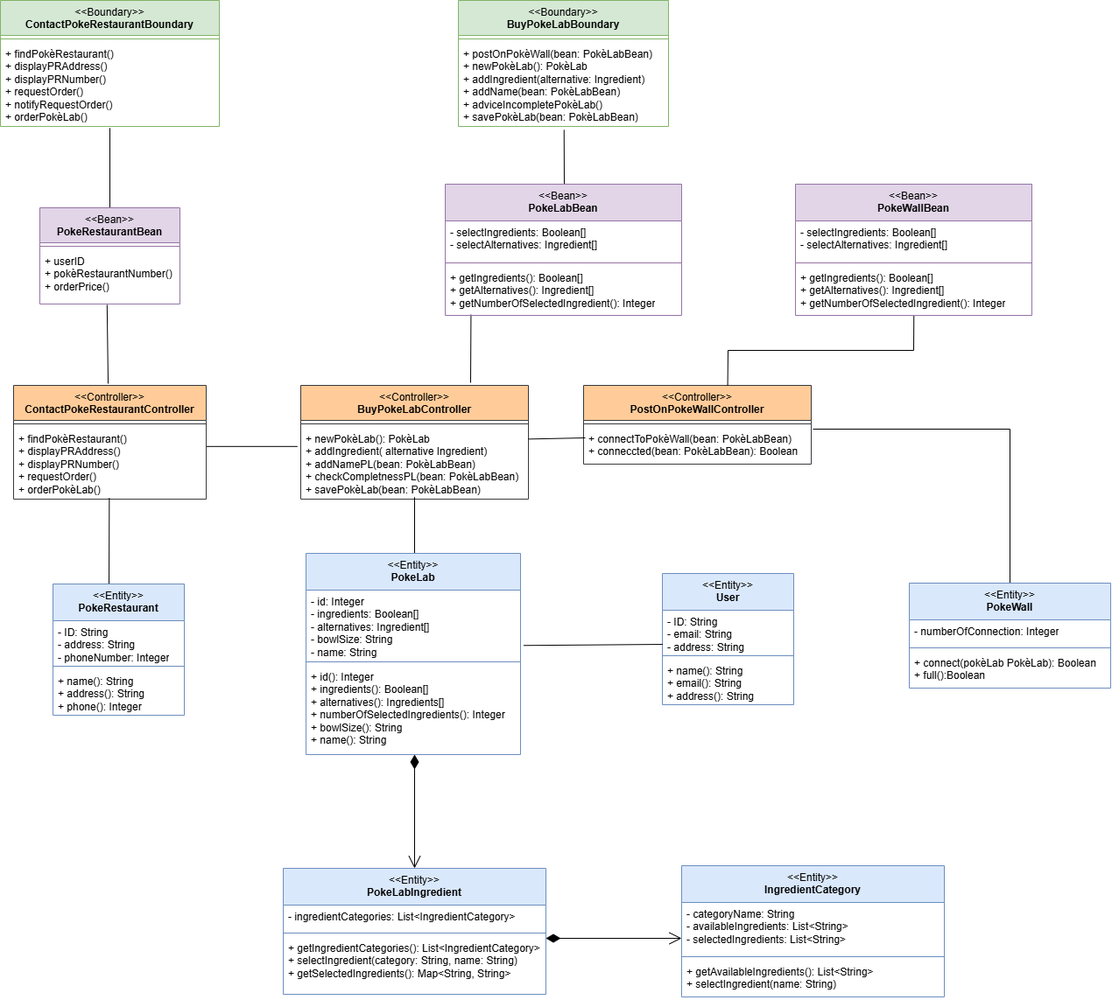
This is diagrams/BCE.drawio.png from matteopinfildi/YourPoke-ISPWProject, a draw.io export, as it was before one commit. Source tidied: cells renumbered, new cells last; positions are measured from the earlier drawing's top-left corner, leaving out a move shared by most shapes.
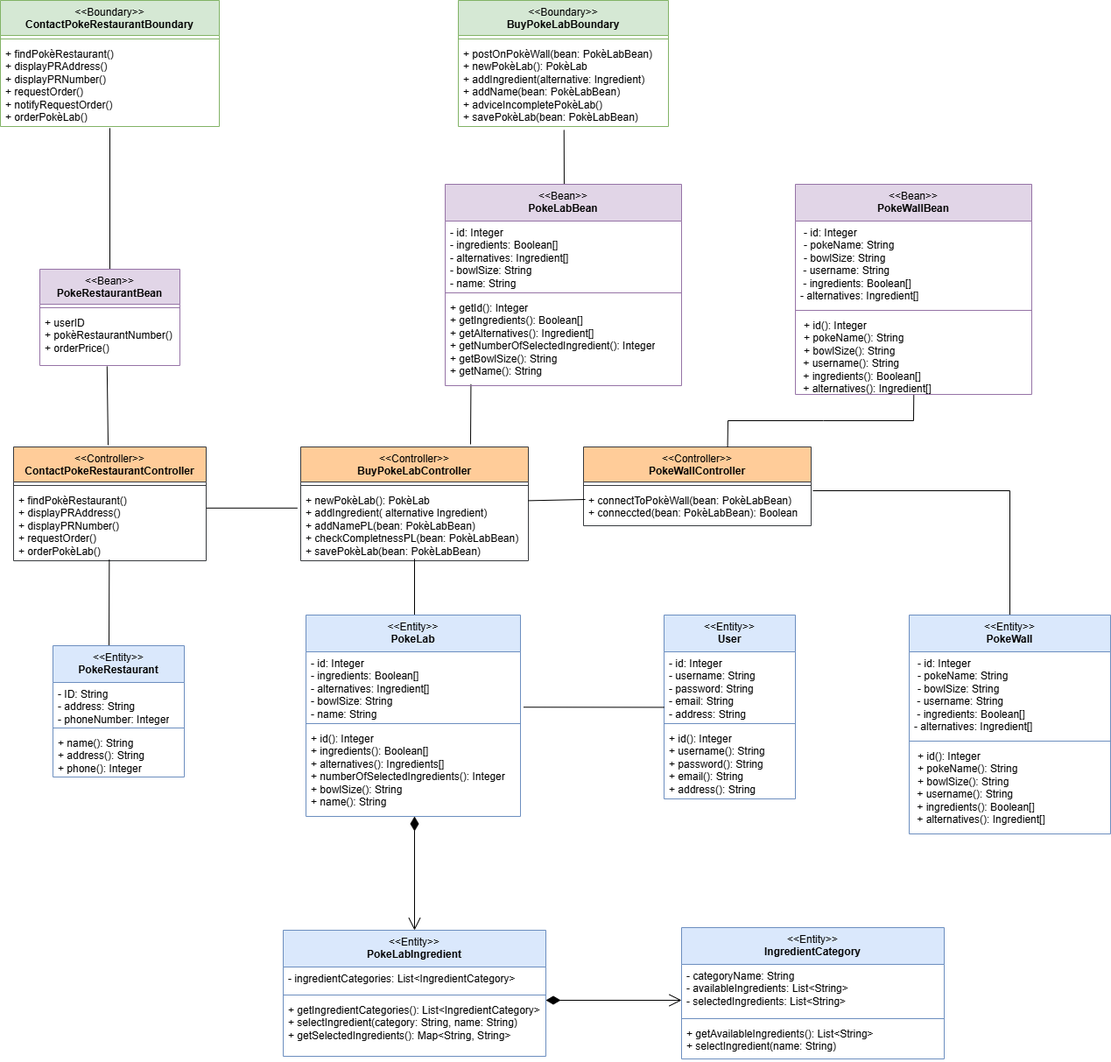
The same file after the commit.

What changed in the source:
```diff
@@ -3,7 +3,7 @@
     <mxCell id="0" />
     <mxCell id="1" parent="0" />
     <mxCell id="2" value="&lt;div&gt;&lt;span style=&quot;font-weight: normal;&quot;&gt;&amp;lt;&amp;lt;Boundary&amp;gt;&amp;gt;&lt;/span&gt;&lt;/div&gt;ContactPokeRestaurantBoundary" style="swimlane;fontStyle=1;align=center;verticalAlign=top;horizontal=1;startSize=40;whiteSpace=wrap;html=1;fillColor=#d5e8d4;strokeColor=#82b366;" parent="1" vertex="1">
-      <mxGeometry width="250" height="144" as="geometry" />
+      <mxGeometry y="-70" width="250" height="144" as="geometry" />
     </mxCell>
     <mxCell id="3" style="line;strokeWidth=1;fillColor=none;align=left;verticalAlign=middle;spacingTop=-1;spacingLeft=3;spacingRight=3;labelPosition=right;strokeColor=inherit;" parent="2" vertex="1">
       <mxGeometry y="40" width="250" height="8" as="geometry" />
@@ -12,7 +12,7 @@
       <mxGeometry y="48" width="250" height="96" as="geometry" />
     </mxCell>
     <mxCell id="5" value="&lt;div&gt;&lt;span style=&quot;font-weight: normal;&quot;&gt;&amp;lt;&amp;lt;Boundary&amp;gt;&amp;gt;&lt;/span&gt;&lt;/div&gt;BuyPokeLabBoundary" style="swimlane;fontStyle=1;align=center;verticalAlign=top;horizontal=1;startSize=40;whiteSpace=wrap;html=1;fillColor=#d5e8d4;strokeColor=#82b366;" parent="1" vertex="1">
-      <mxGeometry x="523" width="240" height="144" as="geometry" />
+      <mxGeometry x="523" y="-70" width="240" height="144" as="geometry" />
     </mxCell>
     <mxCell id="6" style="line;strokeWidth=1;fillColor=none;align=left;verticalAlign=middle;spacingTop=-1;spacingLeft=3;spacingRight=3;labelPosition=right;strokeColor=inherit;" parent="5" vertex="1">
       <mxGeometry y="40" width="240" height="8" as="geometry" />
@@ -25,7 +25,7 @@
     </mxCell>
     <mxCell id="9" style="endArrow=none;html=1;rounded=0;exitX=0.503;exitY=1.042;exitDx=0;exitDy=0;exitPerimeter=0;" parent="1" edge="1" source="7">
       <mxGeometry relative="1" as="geometry">
-        <mxPoint x="644" y="220" as="targetPoint" />
+        <mxPoint x="644" y="160" as="targetPoint" />
       </mxGeometry>
     </mxCell>
     <mxCell id="10" value="&lt;div&gt;&lt;span style=&quot;font-weight: normal;&quot;&gt;&amp;lt;&amp;lt;Bean&amp;gt;&amp;gt;&lt;/span&gt;&lt;/div&gt;PokeRestaurantBean" style="swimlane;fontStyle=1;align=center;verticalAlign=top;horizontal=1;startSize=40;whiteSpace=wrap;html=1;fillColor=#e1d5e7;strokeColor=#9673a6;" parent="1" vertex="1">
@@ -65,7 +65,7 @@
     <mxCell id="20" value="+ newPokèLab(): PokèLab&lt;div&gt;+ addIngredient( alternative Ingredient)&lt;/div&gt;&lt;div&gt;+ addNamePL(bean: PokèLabBean)&lt;/div&gt;&lt;div&gt;+ checkCompletnessPL(&lt;span style=&quot;background-color: transparent; color: light-dark(rgb(0, 0, 0), rgb(255, 255, 255));&quot;&gt;bean: PokèLabBean)&lt;/span&gt;&lt;/div&gt;&lt;div&gt;+ savePokèLab(bean: PokèLabBean)&lt;/div&gt;" style="text;strokeColor=none;fillColor=none;align=left;verticalAlign=top;spacingLeft=4;spacingRight=4;overflow=hidden;points=[[0,0.5],[1,0.5]];portConstraint=eastwest;whiteSpace=wrap;html=1;" parent="18" vertex="1">
       <mxGeometry y="48" width="260" height="82" as="geometry" />
     </mxCell>
-    <mxCell id="21" value="&lt;div&gt;&lt;span style=&quot;font-weight: normal;&quot;&gt;&amp;lt;&amp;lt;Controller&amp;gt;&amp;gt;&lt;/span&gt;&lt;/div&gt;PostOnPokeWallController" style="swimlane;fontStyle=1;align=center;verticalAlign=top;horizontal=1;startSize=40;whiteSpace=wrap;html=1;fillColor=#ffcc99;strokeColor=#36393d;" parent="1" vertex="1">
+    <mxCell id="21" value="&lt;div&gt;&lt;span style=&quot;font-weight: normal;&quot;&gt;&amp;lt;&amp;lt;Controller&amp;gt;&amp;gt;&lt;/span&gt;&lt;/div&gt;PokeWallController" style="swimlane;fontStyle=1;align=center;verticalAlign=top;horizontal=1;startSize=40;whiteSpace=wrap;html=1;fillColor=#ffcc99;strokeColor=#36393d;" parent="1" vertex="1">
       <mxGeometry x="666" y="440" width="260" height="90" as="geometry" />
     </mxCell>
     <mxCell id="22" style="line;strokeWidth=1;fillColor=none;align=left;verticalAlign=middle;spacingTop=-1;spacingLeft=3;spacingRight=3;labelPosition=right;strokeColor=inherit;" parent="21" vertex="1">
@@ -119,43 +119,43 @@
       </mxGeometry>
     </mxCell>
     <mxCell id="34" value="&lt;div&gt;&lt;span style=&quot;font-weight: 400;&quot;&gt;&amp;lt;&amp;lt;Entity&amp;gt;&amp;gt;&lt;/span&gt;&lt;br&gt;&lt;/div&gt;PokeWall" style="swimlane;fontStyle=1;align=center;verticalAlign=top;horizontal=1;startSize=42;whiteSpace=wrap;html=1;fillColor=#dae8fc;strokeColor=#6c8ebf;" parent="1" vertex="1">
-      <mxGeometry x="1038" y="666" width="230" height="120" as="geometry" />
+      <mxGeometry x="1038" y="632" width="230" height="250" as="geometry" />
     </mxCell>
-    <mxCell id="35" value="- numberOfConnection: Integer" style="text;strokeColor=none;fillColor=none;align=left;verticalAlign=top;spacingLeft=4;spacingRight=4;overflow=hidden;whiteSpace=wrap;html=1;" parent="34" vertex="1">
-      <mxGeometry y="42" width="230" height="28" as="geometry" />
+    <mxCell id="35" value="&lt;p style=&quot;margin: 0px 0px 0px 4px;&quot;&gt;- id: Integer&lt;/p&gt;&lt;p style=&quot;margin: 0px 0px 0px 4px;&quot;&gt;- pokeName: String&lt;/p&gt;&lt;p style=&quot;margin: 0px 0px 0px 4px;&quot;&gt;- bowlSize: String&lt;/p&gt;&amp;nbsp;- username: String&lt;div&gt;&amp;nbsp;- ingredients: Boolean[]&lt;/div&gt;&lt;div&gt;- alternatives: Ingredient[]&lt;/div&gt;" style="text;strokeColor=none;fillColor=none;align=left;verticalAlign=top;spacingLeft=4;spacingRight=4;overflow=hidden;whiteSpace=wrap;html=1;" parent="34" vertex="1">
+      <mxGeometry y="42" width="230" height="98" as="geometry" />
     </mxCell>
     <mxCell id="36" style="line;strokeWidth=1;fillColor=none;align=left;verticalAlign=middle;spacingTop=-1;spacingLeft=3;spacingRight=3;labelPosition=right;strokeColor=inherit;" parent="34" vertex="1">
-      <mxGeometry y="70" width="230" height="8" as="geometry" />
+      <mxGeometry y="140" width="230" height="8" as="geometry" />
     </mxCell>
-    <mxCell id="37" value="+ connect(pokèLab PokèLab): Boolean&lt;div&gt;+ full():Boolean&lt;/div&gt;" style="text;strokeColor=none;fillColor=none;align=left;verticalAlign=top;spacingLeft=4;spacingRight=4;overflow=hidden;whiteSpace=wrap;html=1;" parent="34" vertex="1">
-      <mxGeometry y="78" width="230" height="42" as="geometry" />
+    <mxCell id="37" value="&lt;p style=&quot;margin: 0px 0px 0px 4px;&quot;&gt;+ id(): Integer&lt;/p&gt;&lt;p style=&quot;margin: 0px 0px 0px 4px;&quot;&gt;+ pokeName(): String&lt;/p&gt;&lt;p style=&quot;margin: 0px 0px 0px 4px;&quot;&gt;+ bowlSize(): String&lt;/p&gt;&amp;nbsp;+ username(): String&lt;div&gt;&amp;nbsp;+ ingredients(): Boolean[]&lt;/div&gt;&lt;div&gt;&amp;nbsp;+ alternatives(): Ingredient[]&lt;/div&gt;" style="text;strokeColor=none;fillColor=none;align=left;verticalAlign=top;spacingLeft=4;spacingRight=4;overflow=hidden;whiteSpace=wrap;html=1;" parent="34" vertex="1">
+      <mxGeometry y="148" width="230" height="102" as="geometry" />
     </mxCell>
     <mxCell id="38" value="&lt;div&gt;&lt;span style=&quot;font-weight: 400;&quot;&gt;&amp;lt;&amp;lt;Entity&amp;gt;&amp;gt;&lt;/span&gt;&lt;br&gt;&lt;/div&gt;User" style="swimlane;fontStyle=1;align=center;verticalAlign=top;horizontal=1;startSize=42;whiteSpace=wrap;html=1;fillColor=#dae8fc;strokeColor=#6c8ebf;" parent="1" vertex="1">
-      <mxGeometry x="756" y="655" width="150" height="150" as="geometry" />
+      <mxGeometry x="758" y="632" width="150" height="210" as="geometry" />
     </mxCell>
-    <mxCell id="39" value="- ID: String&lt;div&gt;- email: String&lt;/div&gt;&lt;div&gt;- address: String&lt;/div&gt;" style="text;strokeColor=none;fillColor=none;align=left;verticalAlign=top;spacingLeft=4;spacingRight=4;overflow=hidden;points=[[0,0.5],[1,0.5]];portConstraint=eastwest;whiteSpace=wrap;html=1;" parent="38" vertex="1">
-      <mxGeometry y="42" width="150" height="48" as="geometry" />
+    <mxCell id="39" value="&lt;div&gt;- id: Integer&lt;/div&gt;- username: String&lt;div&gt;- password: String&lt;br&gt;&lt;div&gt;- email: String&lt;/div&gt;&lt;div&gt;- address: String&lt;/div&gt;&lt;/div&gt;" style="text;strokeColor=none;fillColor=none;align=left;verticalAlign=top;spacingLeft=4;spacingRight=4;overflow=hidden;points=[[0,0.5],[1,0.5]];portConstraint=eastwest;whiteSpace=wrap;html=1;" parent="38" vertex="1">
+      <mxGeometry y="42" width="150" height="78" as="geometry" />
     </mxCell>
     <mxCell id="40" style="line;strokeWidth=1;fillColor=none;align=left;verticalAlign=middle;spacingTop=-1;spacingLeft=3;spacingRight=3;labelPosition=right;strokeColor=inherit;" parent="38" vertex="1">
-      <mxGeometry y="90" width="150" height="8" as="geometry" />
+      <mxGeometry y="120" width="150" height="8" as="geometry" />
     </mxCell>
-    <mxCell id="41" value="+ name(): String&lt;div&gt;+ email(): String&lt;/div&gt;&lt;div&gt;+ address(): String&lt;/div&gt;" style="text;strokeColor=none;fillColor=none;align=left;verticalAlign=top;spacingLeft=4;spacingRight=4;overflow=hidden;whiteSpace=wrap;html=1;" parent="38" vertex="1">
-      <mxGeometry y="98" width="150" height="52" as="geometry" />
+    <mxCell id="41" value="&lt;div&gt;+ id(): Integer&lt;/div&gt;+ username(): String&lt;div&gt;+ password(): String&lt;br&gt;&lt;div&gt;+ email(): String&lt;/div&gt;&lt;div&gt;+ address(): String&lt;/div&gt;&lt;/div&gt;" style="text;strokeColor=none;fillColor=none;align=left;verticalAlign=top;spacingLeft=4;spacingRight=4;overflow=hidden;whiteSpace=wrap;html=1;" parent="38" vertex="1">
+      <mxGeometry y="128" width="150" height="82" as="geometry" />
     </mxCell>
     <mxCell id="42" style="endArrow=none;html=1;rounded=0;entryX=0.002;entryY=0.813;entryDx=0;entryDy=0;entryPerimeter=0;exitX=1.014;exitY=0.811;exitDx=0;exitDy=0;exitPerimeter=0;" parent="1" edge="1" source="30" target="39">
       <mxGeometry relative="1" as="geometry" />
     </mxCell>
     <mxCell id="43" value="&lt;div&gt;&lt;span style=&quot;font-weight: 400;&quot;&gt;&amp;lt;&amp;lt;Bean&amp;gt;&amp;gt;&lt;/span&gt;&lt;br&gt;&lt;/div&gt;PokeLabBean" style="swimlane;fontStyle=1;align=center;verticalAlign=top;horizontal=1;startSize=42;whiteSpace=wrap;html=1;fillColor=#e1d5e7;strokeColor=#9673a6;" parent="1" vertex="1">
-      <mxGeometry x="508" y="210" width="270" height="150" as="geometry" />
+      <mxGeometry x="508" y="140" width="270" height="230" as="geometry" />
     </mxCell>
-    <mxCell id="44" value="- selectIngredients: Boolean[]&lt;div&gt;- selectAlternatives: Ingredient[]&lt;/div&gt;" style="text;strokeColor=none;fillColor=none;align=left;verticalAlign=top;spacingLeft=4;spacingRight=4;overflow=hidden;whiteSpace=wrap;html=1;" parent="43" vertex="1">
-      <mxGeometry y="42" width="270" height="44" as="geometry" />
+    <mxCell id="44" value="&lt;div&gt;- id: Integer&lt;/div&gt;- ingredients: Boolean[]&lt;div&gt;- alternatives: Ingredient[]&lt;/div&gt;&lt;div&gt;- bowlSize: String&lt;/div&gt;&lt;div&gt;- name: String&lt;/div&gt;" style="text;strokeColor=none;fillColor=none;align=left;verticalAlign=top;spacingLeft=4;spacingRight=4;overflow=hidden;whiteSpace=wrap;html=1;" parent="43" vertex="1">
+      <mxGeometry y="42" width="270" height="78" as="geometry" />
     </mxCell>
     <mxCell id="45" style="line;strokeWidth=1;fillColor=none;align=left;verticalAlign=middle;spacingTop=-1;spacingLeft=3;spacingRight=3;labelPosition=right;strokeColor=inherit;" parent="43" vertex="1">
-      <mxGeometry y="86" width="270" height="8" as="geometry" />
+      <mxGeometry y="120" width="270" height="8" as="geometry" />
     </mxCell>
-    <mxCell id="46" value="+ getIngredients(): Boolean[]&lt;div&gt;+ getAlternatives(): Ingredient[]&lt;/div&gt;&lt;div&gt;+ getNumberOfSelectedIngredient(): Integer&lt;/div&gt;" style="text;strokeColor=none;fillColor=none;align=left;verticalAlign=top;spacingLeft=4;spacingRight=4;overflow=hidden;points=[[0,0.5],[1,0.5]];portConstraint=eastwest;whiteSpace=wrap;html=1;" parent="43" vertex="1">
-      <mxGeometry y="94" width="270" height="56" as="geometry" />
+    <mxCell id="46" value="&lt;div&gt;+ getId(): Integer&lt;/div&gt;+ getIngredients(): Boolean[]&lt;div&gt;+ getAlternatives(): Ingredient[]&lt;/div&gt;&lt;div&gt;+ getNumberOfSelectedIngredient(): Integer&lt;/div&gt;&lt;div&gt;+ getBowlSize(): String&lt;/div&gt;&lt;div&gt;+ getName(): String&lt;/div&gt;" style="text;strokeColor=none;fillColor=none;align=left;verticalAlign=top;spacingLeft=4;spacingRight=4;overflow=hidden;points=[[0,0.5],[1,0.5]];portConstraint=eastwest;whiteSpace=wrap;html=1;" parent="43" vertex="1">
+      <mxGeometry y="128" width="270" height="102" as="geometry" />
     </mxCell>
     <mxCell id="47" value="&lt;div&gt;&lt;span style=&quot;font-weight: 400;&quot;&gt;&amp;lt;&amp;lt;Entity&amp;gt;&amp;gt;&lt;/span&gt;&lt;br&gt;&lt;/div&gt;PokeRestaurant" style="swimlane;fontStyle=1;align=center;verticalAlign=top;horizontal=1;startSize=42;whiteSpace=wrap;html=1;fillColor=#dae8fc;strokeColor=#6c8ebf;" parent="1" vertex="1">
       <mxGeometry x="60" y="667" width="150" height="150" as="geometry" />
@@ -203,22 +203,23 @@
       <mxGeometry relative="1" as="geometry">
         <mxPoint x="830.6" y="440" as="sourcePoint" />
         <Array as="points">
-          <mxPoint x="831" y="400" />
-          <mxPoint x="1043" y="400" />
+          <mxPoint x="831" y="410" />
+          <mxPoint x="940" y="410" />
+          <mxPoint x="1043" y="410" />
         </Array>
       </mxGeometry>
     </mxCell>
     <mxCell id="61" value="&lt;div&gt;&lt;span style=&quot;font-weight: 400;&quot;&gt;&amp;lt;&amp;lt;Bean&amp;gt;&amp;gt;&lt;/span&gt;&lt;br&gt;&lt;/div&gt;PokeWallBean" style="swimlane;fontStyle=1;align=center;verticalAlign=top;horizontal=1;startSize=42;whiteSpace=wrap;html=1;fillColor=#e1d5e7;strokeColor=#9673a6;" parent="1" vertex="1">
-      <mxGeometry x="908" y="210" width="270" height="150" as="geometry" />
+      <mxGeometry x="908" y="140" width="270" height="240" as="geometry" />
     </mxCell>
-    <mxCell id="62" value="- selectIngredients: Boolean[]&lt;div&gt;- selectAlternatives: Ingredient[]&lt;/div&gt;" style="text;strokeColor=none;fillColor=none;align=left;verticalAlign=top;spacingLeft=4;spacingRight=4;overflow=hidden;whiteSpace=wrap;html=1;" parent="61" vertex="1">
-      <mxGeometry y="42" width="270" height="44" as="geometry" />
+    <mxCell id="62" value="&lt;p style=&quot;margin: 0px 0px 0px 4px;&quot;&gt;- id: Integer&lt;/p&gt;&lt;p style=&quot;margin: 0px 0px 0px 4px;&quot;&gt;- pokeName: String&lt;/p&gt;&lt;p style=&quot;margin: 0px 0px 0px 4px;&quot;&gt;- bowlSize: String&lt;/p&gt;&amp;nbsp;- username: String&lt;div&gt;&amp;nbsp;- ingredients: Boolean[]&lt;/div&gt;&lt;div&gt;- alternatives: Ingredient[]&lt;/div&gt;" style="text;strokeColor=none;fillColor=none;align=left;verticalAlign=top;spacingLeft=4;spacingRight=4;overflow=hidden;whiteSpace=wrap;html=1;" parent="61" vertex="1">
+      <mxGeometry y="42" width="270" height="98" as="geometry" />
     </mxCell>
     <mxCell id="63" style="line;strokeWidth=1;fillColor=none;align=left;verticalAlign=middle;spacingTop=-1;spacingLeft=3;spacingRight=3;labelPosition=right;strokeColor=inherit;" parent="61" vertex="1">
-      <mxGeometry y="86" width="270" height="8" as="geometry" />
+      <mxGeometry y="140" width="270" height="8" as="geometry" />
     </mxCell>
-    <mxCell id="64" value="+ getIngredients(): Boolean[]&lt;div&gt;+ getAlternatives(): Ingredient[]&lt;/div&gt;&lt;div&gt;+ getNumberOfSelectedIngredient(): Integer&lt;/div&gt;" style="text;strokeColor=none;fillColor=none;align=left;verticalAlign=top;spacingLeft=4;spacingRight=4;overflow=hidden;points=[[0,0.5],[1,0.5]];portConstraint=eastwest;whiteSpace=wrap;html=1;" parent="61" vertex="1">
-      <mxGeometry y="94" width="270" height="56" as="geometry" />
+    <mxCell id="64" value="&lt;p style=&quot;margin: 0px 0px 0px 4px;&quot;&gt;+ id(): Integer&lt;/p&gt;&lt;p style=&quot;margin: 0px 0px 0px 4px;&quot;&gt;+ pokeName(): String&lt;/p&gt;&lt;p style=&quot;margin: 0px 0px 0px 4px;&quot;&gt;&lt;span style=&quot;background-color: transparent; color: light-dark(rgb(0, 0, 0), rgb(255, 255, 255));&quot;&gt;+ bowlSize(): String&lt;/span&gt;&lt;/p&gt;&amp;nbsp;+ username(): String&lt;div&gt;&amp;nbsp;+ ingredients(): Boolean[]&lt;/div&gt;&lt;div&gt;&amp;nbsp;+ alternatives(): Ingredient[]&lt;/div&gt;" style="text;strokeColor=none;fillColor=none;align=left;verticalAlign=top;spacingLeft=4;spacingRight=4;overflow=hidden;points=[[0,0.5],[1,0.5]];portConstraint=eastwest;whiteSpace=wrap;html=1;" parent="61" vertex="1">
+      <mxGeometry y="148" width="270" height="92" as="geometry" />
     </mxCell>
   </root>
 </mxGraphModel>
```
